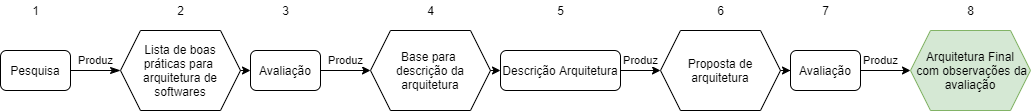
PedroFrois/TCC keeps this draw.io diagram as img/fluxograma-metodologia.png. Above is the earlier version. Source tidied: cells renumbered, new cells last; positions are measured from the earlier drawing's top-left corner, leaving out a move shared by most shapes.
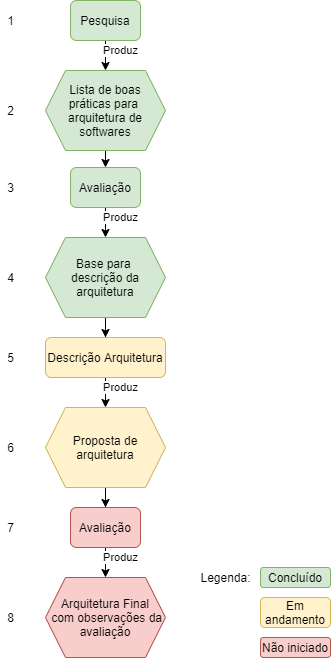
Later version of the same file.

What changed in the source:
```diff
@@ -2,78 +2,88 @@
   <root>
     <mxCell id="0" />
     <mxCell id="1" parent="0" />
-    <mxCell id="2" value="Produz" style="rounded=0;html=1;jettySize=auto;fontSize=11;endArrow=classicThin;endFill=1;endSize=8;strokeWidth=1;shadow=0;labelBackgroundColor=none;edgeStyle=orthogonalEdgeStyle;entryX=0;entryY=0.5;entryDx=0;entryDy=0;" parent="1" edge="1" source="3" target="7">
-      <mxGeometry y="10" relative="1" as="geometry" />
-    </mxCell>
-    <mxCell id="3" value="Pesquisa" style="rounded=1;whiteSpace=wrap;html=1;fontSize=12;glass=0;strokeWidth=1;shadow=0;" parent="1" vertex="1">
-      <mxGeometry y="50" width="70" height="40" as="geometry" />
-    </mxCell>
-    <mxCell id="4" value="No" style="edgeStyle=orthogonalEdgeStyle;rounded=0;html=1;jettySize=auto;fontSize=11;endArrow=classic;endFill=1;strokeWidth=1;shadow=0;labelBackgroundColor=none;noLabel=1;fontColor=none;" parent="1" edge="1" target="6">
-      <mxGeometry y="10" relative="1" as="geometry">
-        <mxPoint x="220" y="70" as="sourcePoint" />
-      </mxGeometry>
-    </mxCell>
-    <mxCell id="5" value="Produz" style="edgeStyle=orthogonalEdgeStyle;rounded=0;jettySize=auto;html=1;entryX=0;entryY=0.5;entryDx=0;entryDy=0;fontColor=none;" parent="1" edge="1" source="6" target="9">
-      <mxGeometry y="10" relative="1" as="geometry" />
-    </mxCell>
-    <mxCell id="6" value="Avaliação" style="rounded=1;whiteSpace=wrap;html=1;fontSize=12;glass=0;strokeWidth=1;shadow=0;" parent="1" vertex="1">
-      <mxGeometry x="250" y="50" width="70" height="40" as="geometry" />
-    </mxCell>
-    <mxCell id="7" value="Lista de boas&lt;br&gt;práticas para&amp;nbsp;&lt;br&gt;arquitetura de&lt;br&gt;softwares" style="shape=hexagon;perimeter=hexagonPerimeter2;whiteSpace=wrap;html=1;fixedSize=1;" parent="1" vertex="1">
-      <mxGeometry x="120" y="30" width="120" height="80" as="geometry" />
-    </mxCell>
-    <mxCell id="8" style="edgeStyle=orthogonalEdgeStyle;rounded=0;jettySize=auto;html=1;entryX=0;entryY=0.5;entryDx=0;entryDy=0;fontColor=none;" parent="1" edge="1" target="11">
-      <mxGeometry relative="1" as="geometry">
-        <mxPoint x="470" y="70" as="sourcePoint" />
-      </mxGeometry>
-    </mxCell>
-    <mxCell id="9" value="Base para &lt;br&gt;descrição da arquitetura" style="shape=hexagon;perimeter=hexagonPerimeter2;whiteSpace=wrap;html=1;fixedSize=1;" parent="1" vertex="1">
-      <mxGeometry x="370" y="30" width="120" height="80" as="geometry" />
-    </mxCell>
-    <mxCell id="10" value="Produz" style="edgeStyle=orthogonalEdgeStyle;rounded=0;jettySize=auto;html=1;fontColor=none;entryX=0;entryY=0.5;entryDx=0;entryDy=0;" parent="1" edge="1" source="11" target="13">
-      <mxGeometry y="10" relative="1" as="geometry" />
-    </mxCell>
-    <mxCell id="11" value="Descrição Arquitetura" style="rounded=1;whiteSpace=wrap;html=1;fontSize=12;glass=0;strokeWidth=1;shadow=0;" parent="1" vertex="1">
-      <mxGeometry x="500" y="50" width="120" height="40" as="geometry" />
-    </mxCell>
-    <mxCell id="12" style="edgeStyle=orthogonalEdgeStyle;rounded=0;jettySize=auto;html=1;entryX=0;entryY=0.5;entryDx=0;entryDy=0;fontColor=none;" parent="1" edge="1" source="13" target="15">
-      <mxGeometry relative="1" as="geometry" />
-    </mxCell>
-    <mxCell id="13" value="Proposta de arquitetura" style="shape=hexagon;perimeter=hexagonPerimeter2;whiteSpace=wrap;html=1;fixedSize=1;" parent="1" vertex="1">
-      <mxGeometry x="660" y="30" width="120" height="80" as="geometry" />
-    </mxCell>
-    <mxCell id="14" value="Produz" style="edgeStyle=orthogonalEdgeStyle;rounded=0;jettySize=auto;html=1;entryX=0;entryY=0.5;entryDx=0;entryDy=0;fontColor=none;" parent="1" edge="1" source="15" target="16">
-      <mxGeometry x="-0.2" y="10" relative="1" as="geometry" />
-    </mxCell>
-    <mxCell id="15" value="Avaliação" style="rounded=1;whiteSpace=wrap;html=1;fontSize=12;glass=0;strokeWidth=1;shadow=0;" parent="1" vertex="1">
-      <mxGeometry x="790" y="50" width="70" height="40" as="geometry" />
-    </mxCell>
-    <mxCell id="16" value="Arquitetura Final&lt;br&gt;&amp;nbsp;com observações da avaliação" style="shape=hexagon;perimeter=hexagonPerimeter2;whiteSpace=wrap;html=1;fixedSize=1;fillColor=#d5e8d4;strokeColor=#82b366;" parent="1" vertex="1">
-      <mxGeometry x="910" y="30" width="120" height="80" as="geometry" />
-    </mxCell>
-    <mxCell id="17" value="1" style="text;html=1;align=center;verticalAlign=middle;fontColor=none;" parent="1" vertex="1">
-      <mxGeometry x="25" width="20" height="20" as="geometry" />
-    </mxCell>
     <mxCell id="18" value="2" style="text;html=1;align=center;verticalAlign=middle;fontColor=none;" parent="1" vertex="1">
-      <mxGeometry x="170" width="20" height="20" as="geometry" />
+      <mxGeometry x="-70" y="230" width="20" height="20" as="geometry" />
     </mxCell>
     <mxCell id="19" value="3" style="text;html=1;align=center;verticalAlign=middle;fontColor=none;" parent="1" vertex="1">
-      <mxGeometry x="275" width="20" height="20" as="geometry" />
+      <mxGeometry x="-70" y="307" width="20" height="20" as="geometry" />
     </mxCell>
     <mxCell id="20" value="4" style="text;html=1;align=center;verticalAlign=middle;fontColor=none;" parent="1" vertex="1">
-      <mxGeometry x="420" width="20" height="20" as="geometry" />
+      <mxGeometry x="-70" y="397" width="20" height="20" as="geometry" />
     </mxCell>
     <mxCell id="21" value="5" style="text;html=1;align=center;verticalAlign=middle;fontColor=none;" parent="1" vertex="1">
-      <mxGeometry x="550" width="20" height="20" as="geometry" />
+      <mxGeometry x="-70" y="477" width="20" height="20" as="geometry" />
     </mxCell>
     <mxCell id="22" value="6" style="text;html=1;align=center;verticalAlign=middle;fontColor=none;" parent="1" vertex="1">
-      <mxGeometry x="710" width="20" height="20" as="geometry" />
+      <mxGeometry x="-70" y="567" width="20" height="20" as="geometry" />
     </mxCell>
     <mxCell id="23" value="7" style="text;html=1;align=center;verticalAlign=middle;fontColor=none;" parent="1" vertex="1">
-      <mxGeometry x="815" width="20" height="20" as="geometry" />
+      <mxGeometry x="-70" y="647" width="20" height="20" as="geometry" />
     </mxCell>
     <mxCell id="24" value="8" style="text;html=1;align=center;verticalAlign=middle;fontColor=none;" parent="1" vertex="1">
-      <mxGeometry x="960" width="20" height="20" as="geometry" />
+      <mxGeometry x="-70" y="737" width="20" height="20" as="geometry" />
     </mxCell>
+    <mxCell id="2" value="Produz" style="edgeStyle=orthogonalEdgeStyle;rounded=0;jettySize=auto;html=1;exitX=0.5;exitY=1;exitDx=0;exitDy=0;entryX=0.5;entryY=0;entryDx=0;entryDy=0;" parent="1" edge="1" source="3" target="7">
+      <mxGeometry x="-0.33" y="15" relative="1" as="geometry" />
+    </mxCell>
+    <mxCell id="3" value="Pesquisa" style="rounded=1;whiteSpace=wrap;html=1;fontSize=12;glass=0;strokeWidth=1;shadow=0;fillColor=#d5e8d4;strokeColor=#82b366;" parent="1" vertex="1">
+      <mxGeometry y="130" width="70" height="40" as="geometry" />
+    </mxCell>
+    <mxCell id="25" value="Produz" style="edgeStyle=orthogonalEdgeStyle;rounded=0;jettySize=auto;html=1;" parent="1" edge="1" source="26" target="9">
+      <mxGeometry x="0.2" y="15" relative="1" as="geometry" />
+    </mxCell>
+    <mxCell id="26" value="Avaliação" style="rounded=1;whiteSpace=wrap;html=1;fontSize=12;glass=0;strokeWidth=1;shadow=0;fillColor=#d5e8d4;strokeColor=#82b366;" parent="1" vertex="1">
+      <mxGeometry y="297" width="70" height="40" as="geometry" />
+    </mxCell>
+    <mxCell id="27" style="edgeStyle=orthogonalEdgeStyle;rounded=0;jettySize=auto;html=1;entryX=0.5;entryY=0;entryDx=0;entryDy=0;" parent="1" edge="1" target="26">
+      <mxGeometry relative="1" as="geometry">
+        <mxPoint x="35" y="267" as="sourcePoint" />
+      </mxGeometry>
+    </mxCell>
+    <mxCell id="7" value="Lista de boas&lt;br&gt;práticas para&amp;nbsp;&lt;br&gt;arquitetura de&lt;br&gt;softwares" style="shape=hexagon;perimeter=hexagonPerimeter2;whiteSpace=wrap;html=1;fixedSize=1;fillColor=#d5e8d4;strokeColor=#82b366;" parent="1" vertex="1">
+      <mxGeometry x="-25" y="200" width="120" height="80" as="geometry" />
+    </mxCell>
+    <mxCell id="28" style="edgeStyle=orthogonalEdgeStyle;rounded=0;jettySize=auto;html=1;" parent="1" edge="1" source="9" target="11">
+      <mxGeometry relative="1" as="geometry" />
+    </mxCell>
+    <mxCell id="9" value="Base para &lt;br&gt;descrição da arquitetura" style="shape=hexagon;perimeter=hexagonPerimeter2;whiteSpace=wrap;html=1;fixedSize=1;fillColor=#d5e8d4;strokeColor=#82b366;" parent="1" vertex="1">
+      <mxGeometry x="-25" y="367" width="120" height="80" as="geometry" />
+    </mxCell>
+    <mxCell id="10" value="Produz" style="edgeStyle=orthogonalEdgeStyle;rounded=0;jettySize=auto;html=1;" parent="1" edge="1" source="11" target="13">
+      <mxGeometry x="0.2" y="15" relative="1" as="geometry" />
+    </mxCell>
+    <mxCell id="11" value="Descrição Arquitetura" style="rounded=1;whiteSpace=wrap;html=1;fontSize=12;glass=0;strokeWidth=1;shadow=0;fillColor=#fff2cc;strokeColor=#d6b656;" parent="1" vertex="1">
+      <mxGeometry x="-25" y="467" width="120" height="40" as="geometry" />
+    </mxCell>
+    <mxCell id="29" style="edgeStyle=orthogonalEdgeStyle;rounded=0;jettySize=auto;html=1;" parent="1" edge="1" source="13" target="31">
+      <mxGeometry relative="1" as="geometry" />
+    </mxCell>
+    <mxCell id="13" value="Proposta de arquitetura" style="shape=hexagon;perimeter=hexagonPerimeter2;whiteSpace=wrap;html=1;fixedSize=1;fillColor=#fff2cc;strokeColor=#d6b656;" parent="1" vertex="1">
+      <mxGeometry x="-25" y="537" width="120" height="80" as="geometry" />
+    </mxCell>
+    <mxCell id="30" value="Produz" style="edgeStyle=orthogonalEdgeStyle;rounded=0;jettySize=auto;html=1;" parent="1" edge="1" source="31" target="16">
+      <mxGeometry x="0.2" y="15" relative="1" as="geometry" />
+    </mxCell>
+    <mxCell id="31" value="Avaliação" style="rounded=1;whiteSpace=wrap;html=1;fontSize=12;glass=0;strokeWidth=1;shadow=0;fillColor=#f8cecc;strokeColor=#b85450;" parent="1" vertex="1">
+      <mxGeometry y="637" width="70" height="40" as="geometry" />
+    </mxCell>
+    <mxCell id="16" value="Arquitetura Final&lt;br&gt;&amp;nbsp;com observações da avaliação" style="shape=hexagon;perimeter=hexagonPerimeter2;whiteSpace=wrap;html=1;fixedSize=1;fillColor=#f8cecc;strokeColor=#b85450;" parent="1" vertex="1">
+      <mxGeometry x="-25" y="707" width="120" height="80" as="geometry" />
+    </mxCell>
+    <mxCell id="17" value="1" style="text;html=1;align=center;verticalAlign=middle;fontColor=none;" parent="1" vertex="1">
+      <mxGeometry x="-70" y="140" width="20" height="20" as="geometry" />
+    </mxCell>
+    <mxCell id="32" value="Concluído" style="rounded=1;whiteSpace=wrap;html=1;fillColor=#d5e8d4;strokeColor=#82b366;" parent="1" vertex="1">
+      <mxGeometry x="190" y="697" width="70" height="20" as="geometry" />
+    </mxCell>
+    <mxCell id="33" value="Legenda:" style="text;html=1;align=center;verticalAlign=middle;fontColor=none;" parent="1" vertex="1">
+      <mxGeometry x="120" y="697" width="70" height="20" as="geometry" />
+    </mxCell>
+    <mxCell id="34" value="Em andamento" style="rounded=1;whiteSpace=wrap;html=1;fillColor=#fff2cc;strokeColor=#d6b656;" parent="1" vertex="1">
+      <mxGeometry x="190" y="727" width="70" height="30" as="geometry" />
+    </mxCell>
+    <mxCell id="35" value="Não iniciado" style="rounded=1;whiteSpace=wrap;html=1;fillColor=#f8cecc;strokeColor=#b85450;" parent="1" vertex="1">
+      <mxGeometry x="190" y="767" width="70" height="20" as="geometry" />
+    </mxCell>
   </root>
 </mxGraphModel>
```
